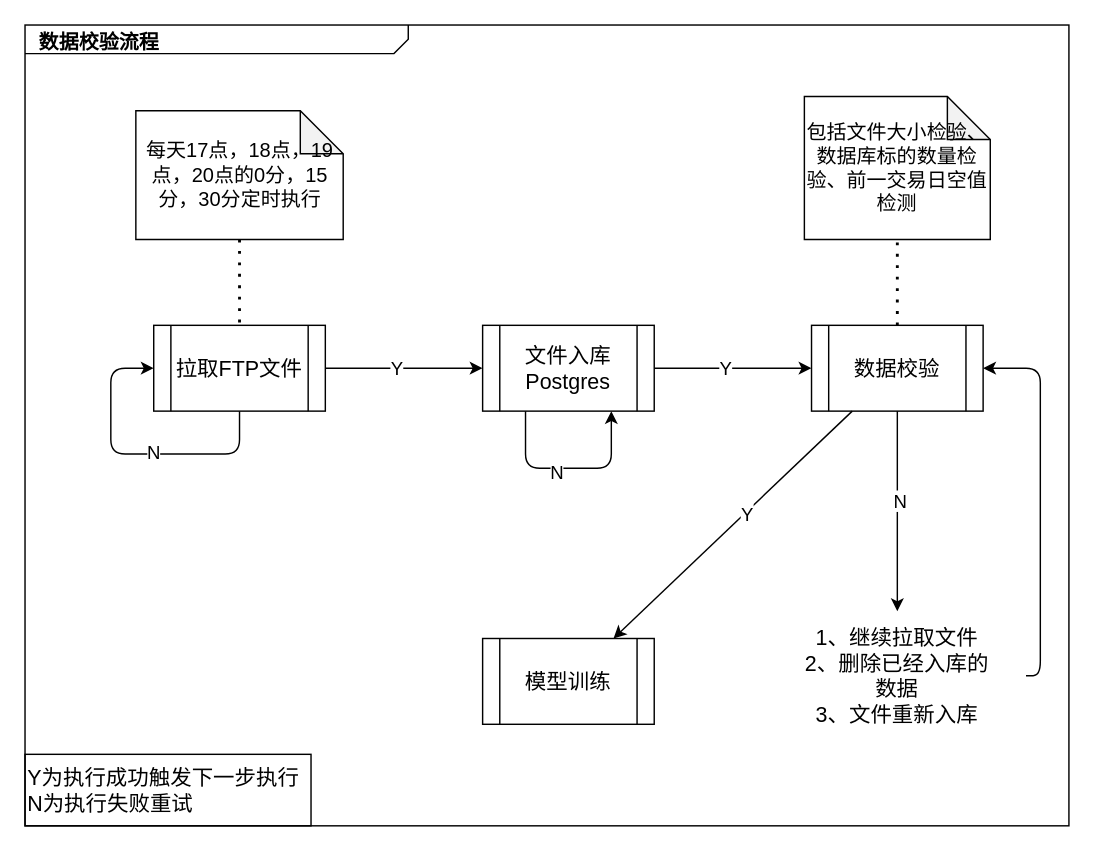
Before: drawio/Untitled Diagram.drawio in jayed008/notebook, a draw.io diagram. Source tidied: cells renumbered, new cells numbered last; positions are measured from the earlier drawing's top-left corner, leaving out a move shared by most shapes. Both pictures are drawn from the tidied source at 143%, with x=0, y=0 at pixel (24, 24).
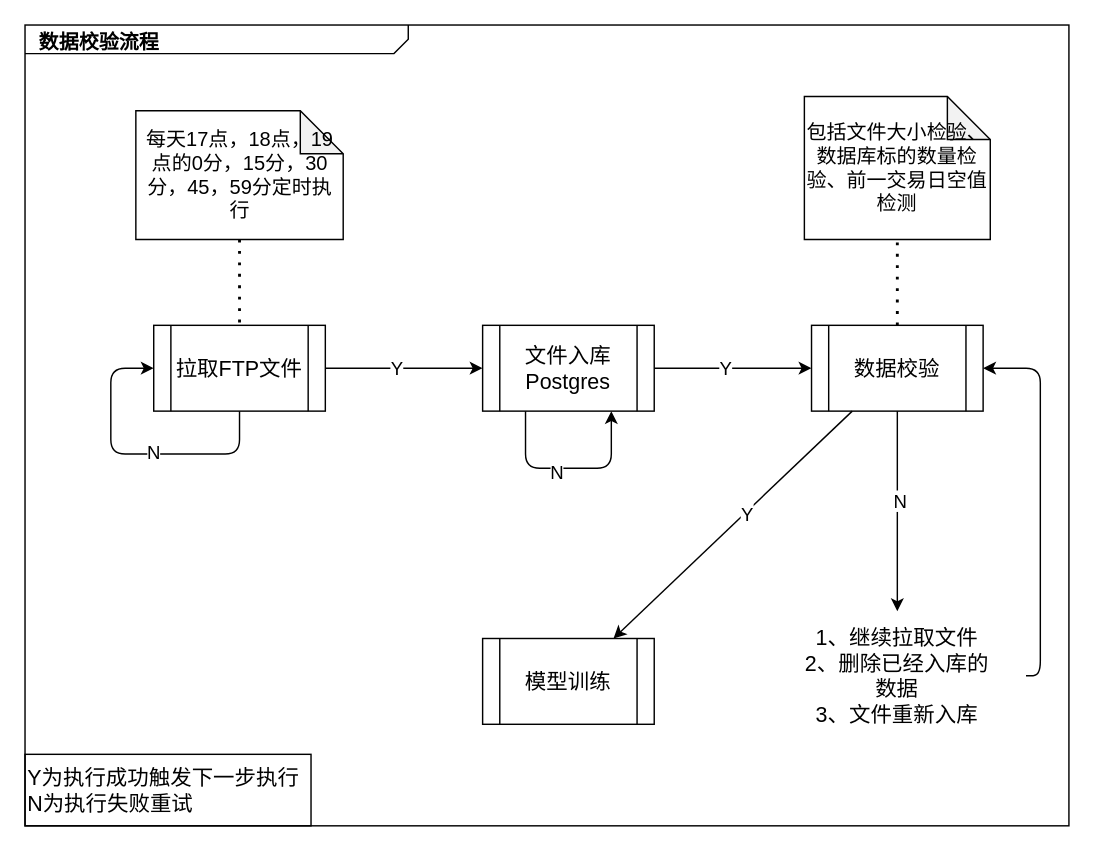
Above is the later version.

Change to the diagram source:
```diff
@@
-    <mxCell id="20" value="&lt;font style=&quot;font-size: 14px&quot;&gt;每天17点，18点，19点，20点的0分，15分，30分定时执行&lt;/font&gt;" style="shape=note;whiteSpace=wrap;html=1;backgroundOutline=1;darkOpacity=0.05;fontSize=13;" parent="1" vertex="1">
+    <mxCell id="20" value="&lt;font style=&quot;font-size: 14px&quot;&gt;每天17点，18点，19点的0分，15分，30分，45，59分定时执行&lt;/font&gt;" style="shape=note;whiteSpace=wrap;html=1;backgroundOutline=1;darkOpacity=0.05;fontSize=13;" parent="1" vertex="1">
       <mxGeometry x="77.5" y="60" width="145" height="90" as="geometry" />
     </mxCell>
```
